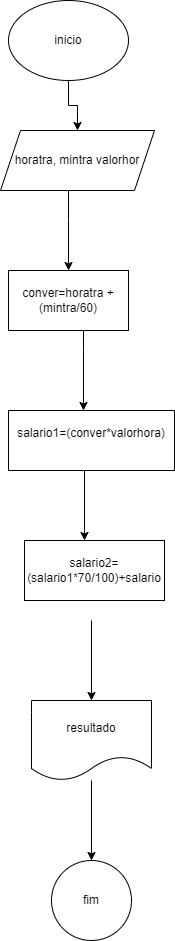
victorianuness/PA-2025 keeps this draw.io diagram as variaveisoperadoresaritmetricos/horaextra.drawio.png. Above is the earlier version. Source tidied: cells renumbered, new cells last; positions are measured from the earlier drawing's top-left corner, leaving out a move shared by most shapes.
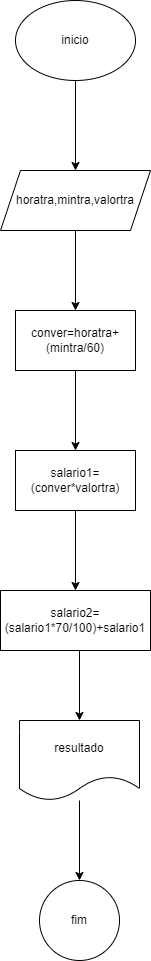
The same diagram one commit later.

Change to the diagram source:
```diff
@@ -2,64 +2,48 @@
   <root>
     <mxCell id="0" />
     <mxCell id="1" parent="0" />
-    <mxCell id="2" style="edgeStyle=orthogonalEdgeStyle;rounded=0;jettySize=auto;html=1;" parent="1" edge="1" source="3" target="5">
-      <mxGeometry relative="1" as="geometry" />
-    </mxCell>
+    <mxCell id="15" style="edgeStyle=orthogonalEdgeStyle;rounded=0;jettySize=auto;html=1;" parent="1" edge="1" source="3" target="17">
+      <mxGeometry relative="1" as="geometry" />
+    </mxCell>
     <mxCell id="3" value="inicio" style="ellipse;whiteSpace=wrap;html=1;" parent="1" vertex="1">
-      <mxGeometry x="8" width="120" height="80" as="geometry" />
+      <mxGeometry x="27" y="-20" width="120" height="80" as="geometry" />
     </mxCell>
-    <mxCell id="4" style="edgeStyle=orthogonalEdgeStyle;rounded=0;jettySize=auto;html=1;" parent="1" edge="1" source="5" target="7">
-      <mxGeometry relative="1" as="geometry">
-        <Array as="points">
-          <mxPoint x="68" y="220" />
-          <mxPoint x="68" y="220" />
-        </Array>
-      </mxGeometry>
-    </mxCell>
-    <mxCell id="5" value="horatra, mintra valorhor" style="shape=parallelogram;perimeter=parallelogramPerimeter;whiteSpace=wrap;html=1;fixedSize=1;" parent="1" vertex="1">
-      <mxGeometry y="130" width="154" height="60" as="geometry" />
-    </mxCell>
-    <mxCell id="6" style="edgeStyle=orthogonalEdgeStyle;rounded=0;orthogonalLoop=1;jettySize=auto;html=1;" parent="1" edge="1">
-      <mxGeometry relative="1" as="geometry">
-        <mxPoint x="83" y="330" as="sourcePoint" />
-        <mxPoint x="83" y="410" as="targetPoint" />
-        <Array as="points">
-          <mxPoint x="83" y="350" />
-          <mxPoint x="83" y="350" />
-        </Array>
-      </mxGeometry>
-    </mxCell>
-    <mxCell id="7" value="conver=horatra + (mintra/60)" style="whiteSpace=wrap;html=1;" parent="1" vertex="1">
-      <mxGeometry x="8" y="270" width="120" height="60" as="geometry" />
-    </mxCell>
-    <mxCell id="8" style="edgeStyle=orthogonalEdgeStyle;rounded=0;jettySize=auto;html=1;" parent="1" edge="1" source="9">
-      <mxGeometry relative="1" as="geometry">
-        <mxPoint x="84" y="540" as="targetPoint" />
-        <Array as="points">
-          <mxPoint x="84" y="530" />
-          <mxPoint x="84" y="530" />
-        </Array>
-      </mxGeometry>
-    </mxCell>
-    <mxCell id="9" value="salario1=(conver*valorhora)&lt;div&gt;&lt;br&gt;&lt;/div&gt;" style="whiteSpace=wrap;html=1;" parent="1" vertex="1">
-      <mxGeometry x="8" y="410" width="166" height="60" as="geometry" />
-    </mxCell>
-    <mxCell id="10" style="edgeStyle=orthogonalEdgeStyle;rounded=0;orthogonalLoop=1;jettySize=auto;html=1;" parent="1" edge="1">
-      <mxGeometry relative="1" as="geometry">
-        <mxPoint x="91" y="620" as="sourcePoint" />
-        <mxPoint x="91" y="700" as="targetPoint" />
-      </mxGeometry>
-    </mxCell>
-    <mxCell id="11" value="salario2=(salario1*70/100)+salario" style="rounded=0;whiteSpace=wrap;html=1;" parent="1" vertex="1">
-      <mxGeometry x="24" y="540" width="140" height="60" as="geometry" />
-    </mxCell>
+    <mxCell id="16" style="edgeStyle=orthogonalEdgeStyle;rounded=0;jettySize=auto;html=1;" parent="1" edge="1" source="17" target="19">
+      <mxGeometry relative="1" as="geometry" />
+    </mxCell>
+    <mxCell id="17" value="horatra,mintra,valortra" style="shape=parallelogram;perimeter=parallelogramPerimeter;whiteSpace=wrap;html=1;fixedSize=1;" parent="1" vertex="1">
+      <mxGeometry x="12" y="150" width="150" height="60" as="geometry" />
+    </mxCell>
+    <mxCell id="18" style="edgeStyle=orthogonalEdgeStyle;rounded=0;jettySize=auto;html=1;" parent="1" edge="1" source="19" target="21">
+      <mxGeometry relative="1" as="geometry" />
+    </mxCell>
+    <mxCell id="19" value="conver=horatra+(mintra/60)" style="whiteSpace=wrap;html=1;" parent="1" vertex="1">
+      <mxGeometry x="27" y="290" width="120" height="60" as="geometry" />
+    </mxCell>
+    <mxCell id="20" style="edgeStyle=orthogonalEdgeStyle;rounded=0;jettySize=auto;html=1;" parent="1" edge="1" source="21" target="23">
+      <mxGeometry relative="1" as="geometry" />
+    </mxCell>
+    <mxCell id="21" value="salario1=(conver*valortra)" style="whiteSpace=wrap;html=1;" parent="1" vertex="1">
+      <mxGeometry x="27" y="430" width="120" height="60" as="geometry" />
+    </mxCell>
+    <mxCell id="22" style="edgeStyle=orthogonalEdgeStyle;rounded=0;jettySize=auto;html=1;" parent="1" edge="1" target="13">
+      <mxGeometry relative="1" as="geometry">
+        <mxPoint x="102" y="630" as="sourcePoint" />
+        <Array as="points">
+          <mxPoint x="91" y="630" />
+        </Array>
+      </mxGeometry>
+    </mxCell>
     <mxCell id="12" style="edgeStyle=orthogonalEdgeStyle;rounded=0;jettySize=auto;html=1;" parent="1" edge="1" source="13" target="14">
       <mxGeometry relative="1" as="geometry" />
     </mxCell>
-    <mxCell id="13" value="resultado" style="shape=document;whiteSpace=wrap;html=1;boundedLbl=1;" parent="1" vertex="1">
+    <mxCell id="13" value="resultado" style="shape=document;whiteSpace=wrap;html=1;boundedLbl=1;rounded=1;" parent="1" vertex="1">
       <mxGeometry x="31" y="700" width="120" height="80" as="geometry" />
     </mxCell>
+    <mxCell id="23" value="salario2=(salario1*70/100)+salario1" style="whiteSpace=wrap;html=1;" parent="1" vertex="1">
+      <mxGeometry x="12" y="570" width="150" height="60" as="geometry" />
+    </mxCell>
-    <mxCell id="14" value="fim" style="ellipse;whiteSpace=wrap;html=1;" parent="1" vertex="1">
+    <mxCell id="14" value="fim" style="ellipse;whiteSpace=wrap;html=1;rounded=1;" parent="1" vertex="1">
       <mxGeometry x="51" y="860" width="80" height="80" as="geometry" />
     </mxCell>
   </root>
```
